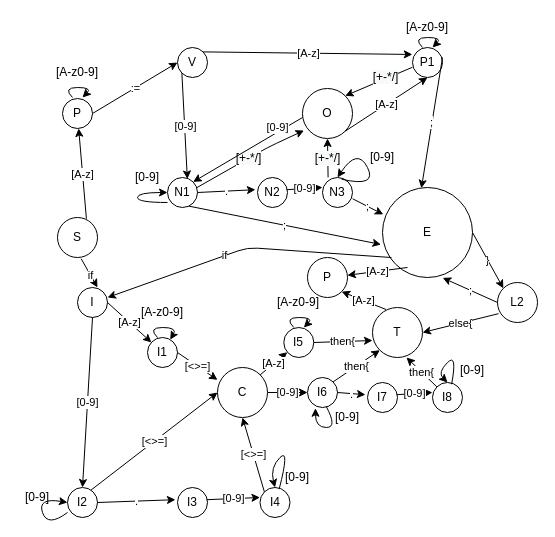
xDSUP/6_password_strength keeps this draw.io diagram as Untitled Diagram.drawio. Above is the earlier version. Source tidied: cells renumbered, new cells numbered last; positions are measured from the earlier drawing's top-left corner, leaving out a move shared by most shapes. Both pictures are drawn from the tidied source at 100%, with x=0, y=0 at pixel (17, 17).
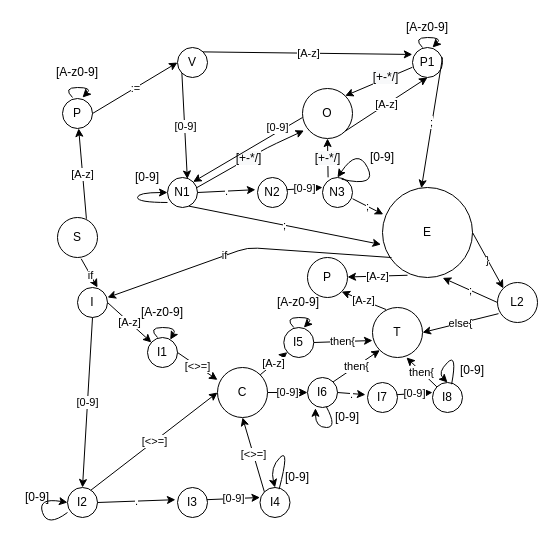
The same page after the edit.

Unchanged cells that the change refers to:
```xml
<mxCell id="37" value="E" style="ellipse;whiteSpace=wrap;html=1;" parent="1" vertex="1">
  <mxGeometry x="365" y="170" width="90" height="90" as="geometry" />
</mxCell>
<mxCell id="41" value="P" style="ellipse;whiteSpace=wrap;html=1;" parent="1" vertex="1">
  <mxGeometry x="290" y="240" width="40" height="40" as="geometry" />
</mxCell>
```

Diff of the diagram source:
```diff
@@
-    <mxCell id="40" value="[A-z]" style="endArrow=classic;html=1;exitX=0.278;exitY=0.889;exitDx=0;exitDy=0;exitPerimeter=0;" parent="1" edge="1" source="37" target="41">
+    <mxCell id="40" value="[A-z]" style="endArrow=classic;html=1;exitX=0.278;exitY=0.975;exitDx=0;exitDy=0;exitPerimeter=0;" parent="1" edge="1" source="37" target="41">
       <mxGeometry relative="1" as="geometry" />
     </mxCell>
```
